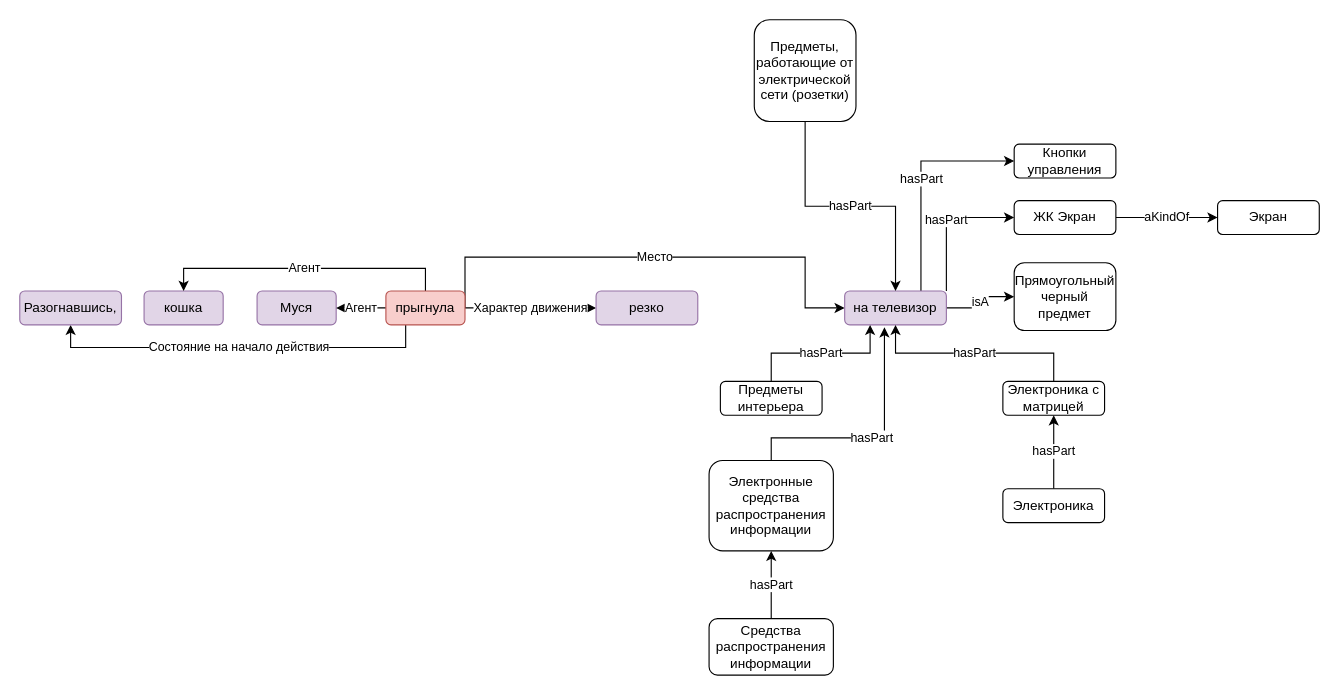
The draw.io diagram diagrams/семантическая сеть.drawio in rusvlp/UML, before the edit. Source tidied: cells renumbered, new cells numbered last; positions are measured from the earlier drawing's top-left corner, leaving out a move shared by most shapes. Both pictures are drawn from the tidied source at 113%, with x=0, y=0 at pixel (19, 19).
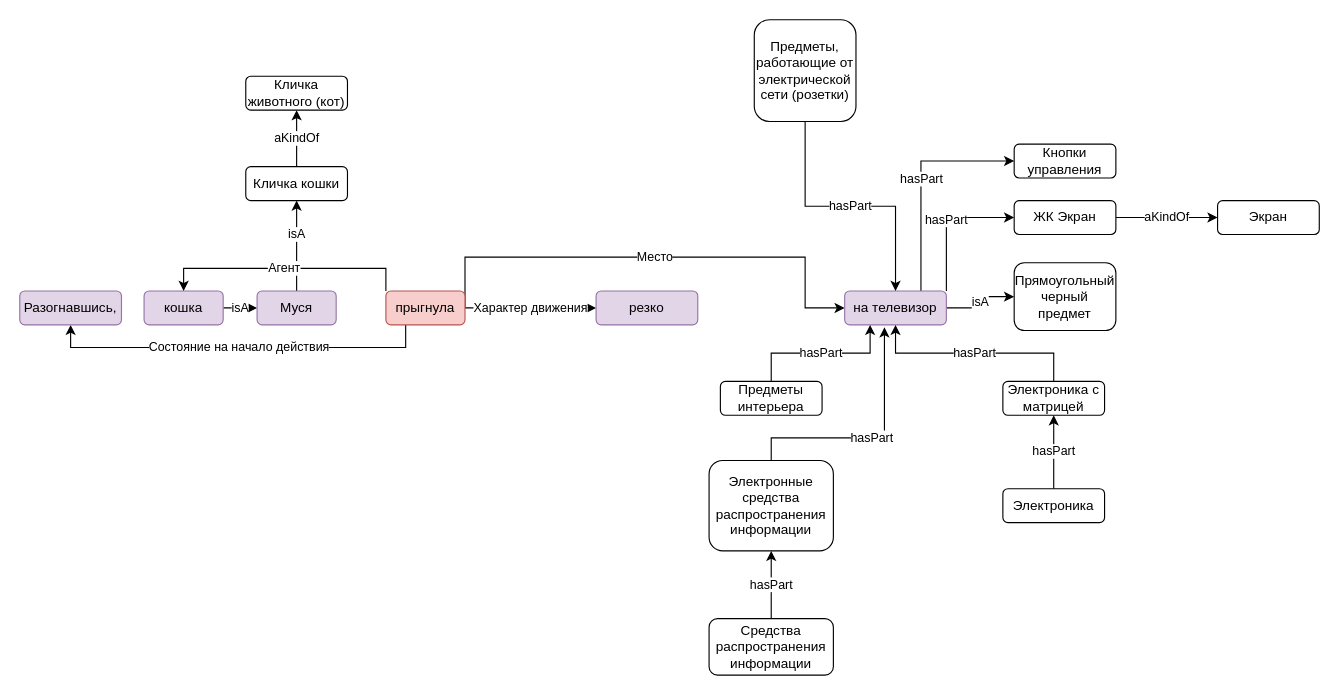
The same diagram, later.

The change refers to these unchanged cells:
```xml
<mxCell id="2" value="кошка" style="rounded=1;whiteSpace=wrap;html=1;fillColor=#e1d5e7;strokeColor=#9673a6;" parent="1" vertex="1">
  <mxGeometry x="110" y="240" width="70" height="30" as="geometry" />
</mxCell>
<mxCell id="3" value="Муся" style="rounded=1;whiteSpace=wrap;html=1;fillColor=#e1d5e7;strokeColor=#9673a6;" parent="1" vertex="1">
  <mxGeometry x="210" y="240" width="70" height="30" as="geometry" />
</mxCell>
<mxCell id="9" value="прыгнула" style="rounded=1;whiteSpace=wrap;html=1;fillColor=#f8cecc;strokeColor=#b85450;" parent="1" vertex="1">
  <mxGeometry x="324" y="240" width="70" height="30" as="geometry" />
</mxCell>
```

The edit, as a diff of the source:
```diff
@@
+    <mxCell id="33" value="isA" style="edgeStyle=orthogonalEdgeStyle;rounded=0;jettySize=auto;html=1;exitX=1;exitY=0.5;exitDx=0;exitDy=0;" parent="1" edge="1" source="2" target="3">
+      <mxGeometry relative="1" as="geometry" />
+    </mxCell>
@@
+    <mxCell id="34" style="edgeStyle=orthogonalEdgeStyle;rounded=0;jettySize=auto;html=1;exitX=0.5;exitY=0;exitDx=0;exitDy=0;entryX=0.5;entryY=1;entryDx=0;entryDy=0;" parent="1" edge="1" source="3" target="37">
+      <mxGeometry relative="1" as="geometry" />
+    </mxCell>
+    <mxCell id="35" value="isA" style="edgeLabel;html=1;align=center;verticalAlign=middle;" parent="34" vertex="1">
+      <mxGeometry x="0.28" y="1" relative="1" as="geometry" />
+    </mxCell>
@@
-    <mxCell id="4" value="Агент" style="edgeStyle=orthogonalEdgeStyle;rounded=0;jettySize=auto;html=1;exitX=0;exitY=0.5;exitDx=0;exitDy=0;entryX=1;entryY=0.5;entryDx=0;entryDy=0;" parent="1" edge="1" source="9" target="3">
-      <mxGeometry relative="1" as="geometry" />
-    </mxCell>
-    <mxCell id="5" value="Агент" style="edgeStyle=orthogonalEdgeStyle;rounded=0;jettySize=auto;html=1;exitX=0.5;exitY=0;exitDx=0;exitDy=0;entryX=0.5;entryY=0;entryDx=0;entryDy=0;" parent="1" edge="1" source="9" target="2">
-      <mxGeometry relative="1" as="geometry" />
-    </mxCell>
@@
+    <mxCell id="5" value="Агент" style="edgeStyle=orthogonalEdgeStyle;rounded=0;jettySize=auto;html=1;exitX=0;exitY=0;exitDx=0;exitDy=0;entryX=0.5;entryY=0;entryDx=0;entryDy=0;" parent="1" edge="1" source="9" target="2">
+      <mxGeometry relative="1" as="geometry" />
+    </mxCell>
@@
+    <mxCell id="36" value="aKindOf" style="edgeStyle=orthogonalEdgeStyle;rounded=0;jettySize=auto;html=1;exitX=0.5;exitY=0;exitDx=0;exitDy=0;entryX=0.5;entryY=1;entryDx=0;entryDy=0;" parent="1" edge="1" source="37" target="38">
+      <mxGeometry relative="1" as="geometry" />
+    </mxCell>
+    <mxCell id="37" value="Кличка кошки" style="rounded=1;whiteSpace=wrap;html=1;" parent="1" vertex="1">
+      <mxGeometry x="200" y="130" width="90" height="30" as="geometry" />
+    </mxCell>
+    <mxCell id="38" value="Кличка животного (кот)" style="rounded=1;whiteSpace=wrap;html=1;" parent="1" vertex="1">
+      <mxGeometry x="200" y="50" width="90" height="30" as="geometry" />
+    </mxCell>
```
